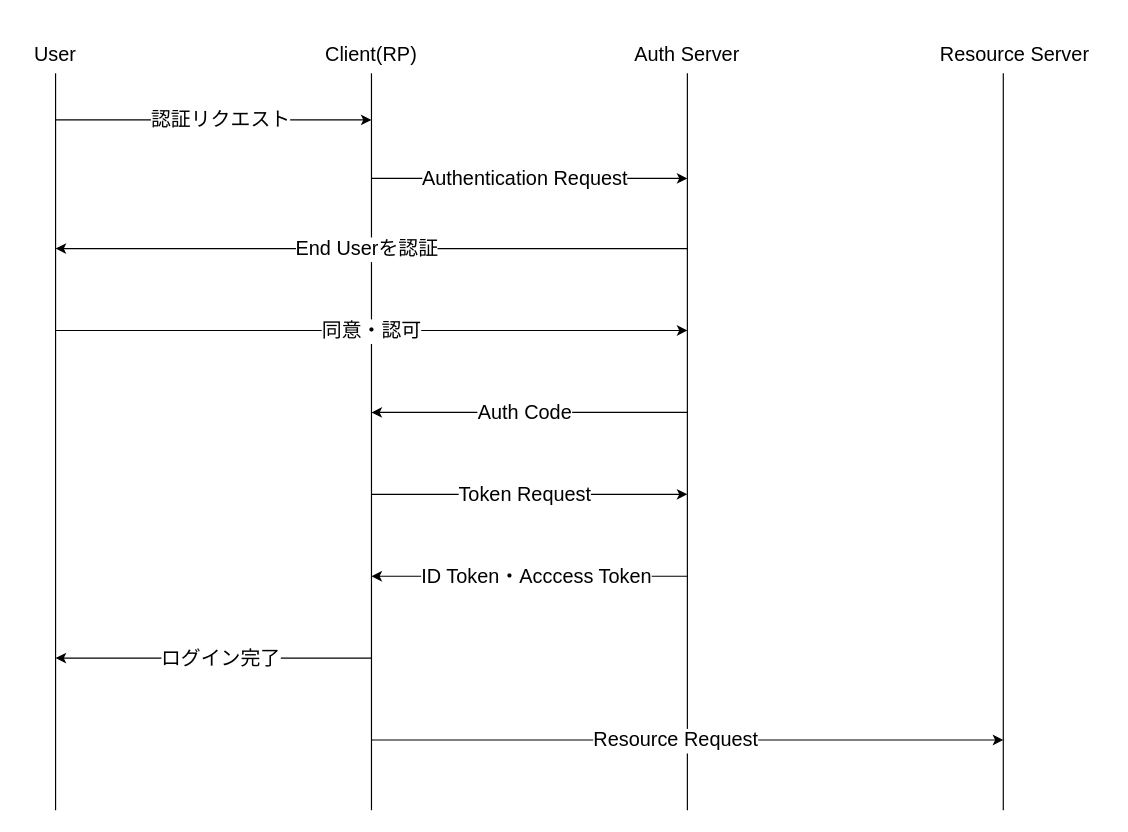
This is docs/flow.dio from piny940/auth, a draw.io file, before an edit. Source tidied: cells renumbered, new cells numbered last; positions are measured from the earlier drawing's top-left corner, leaving out a move shared by most shapes. Both pictures are drawn from the tidied source at 117%, with x=0, y=0 at pixel (20, 37).
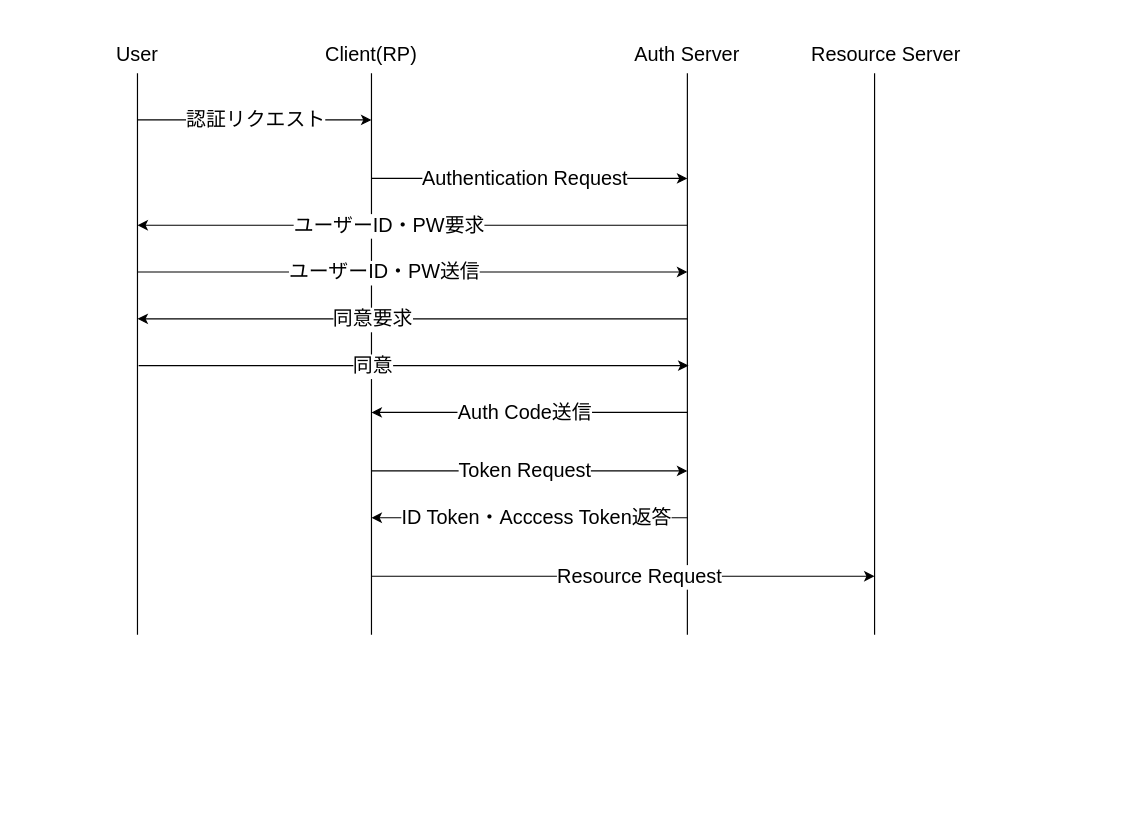
After the change.

Commit message (it also covers changes not shown here):
API docのリンクを修正

Unchanged cells that the change refers to:
```xml
<mxCell id="18" style="edgeStyle=none;orthogonalLoop=1;jettySize=auto;html=1;fontSize=17;endArrow=classic;endFill=1;" parent="1" edge="1">
  <mxGeometry relative="1" as="geometry">
    <mxPoint x="570" y="320" as="sourcePoint" />
    <mxPoint x="300" y="320" as="targetPoint" />
  </mxGeometry>
</mxCell>
```

Change to the diagram source:
```diff
@@
+    <mxCell id="28" style="whiteSpace=wrap;html=1;strokeColor=none;" parent="1" vertex="1">
+      <mxGeometry x="50" y="-15" width="770" height="545" as="geometry" />
+    </mxCell>
     <mxCell id="2" style="edgeStyle=none;orthogonalLoop=1;jettySize=auto;html=1;endArrow=none;endFill=0;" parent="1" edge="1">
       <mxGeometry relative="1" as="geometry">
-        <mxPoint x="30" y="30" as="sourcePoint" />
-        <mxPoint x="30" y="660" as="targetPoint" />
+        <mxPoint x="100" y="30" as="sourcePoint" />
+        <mxPoint x="100" y="510" as="targetPoint" />
       </mxGeometry>
     </mxCell>
     <mxCell id="3" style="edgeStyle=none;orthogonalLoop=1;jettySize=auto;html=1;endArrow=none;endFill=0;" parent="1" edge="1">
       <mxGeometry relative="1" as="geometry">
         <mxPoint x="300" y="30" as="sourcePoint" />
-        <mxPoint x="300" y="660" as="targetPoint" />
+        <mxPoint x="300" y="510" as="targetPoint" />
       </mxGeometry>
     </mxCell>
     <mxCell id="4" style="edgeStyle=none;orthogonalLoop=1;jettySize=auto;html=1;endArrow=none;endFill=0;" parent="1" edge="1">
       <mxGeometry relative="1" as="geometry">
         <mxPoint x="570" y="30" as="sourcePoint" />
-        <mxPoint x="570" y="660" as="targetPoint" />
+        <mxPoint x="570" y="510" as="targetPoint" />
       </mxGeometry>
     </mxCell>
     <mxCell id="5" style="edgeStyle=none;orthogonalLoop=1;jettySize=auto;html=1;endArrow=none;endFill=0;" parent="1" edge="1">
       <mxGeometry relative="1" as="geometry">
-        <mxPoint x="840" y="30" as="sourcePoint" />
-        <mxPoint x="840" y="660" as="targetPoint" />
+        <mxPoint x="730" y="30" as="sourcePoint" />
+        <mxPoint x="730" y="510" as="targetPoint" />
       </mxGeometry>
     </mxCell>
     <mxCell id="6" value="&lt;font style=&quot;font-size: 17px;&quot;&gt;User&lt;/font&gt;" style="text;strokeColor=none;align=center;fillColor=none;html=1;verticalAlign=middle;whiteSpace=wrap;rounded=0;" parent="1" vertex="1">
-      <mxGeometry width="60" height="30" as="geometry" />
+      <mxGeometry x="70" width="60" height="30" as="geometry" />
     </mxCell>
@@
     <mxCell id="9" value="&lt;font style=&quot;font-size: 17px;&quot;&gt;Resource Server&lt;/font&gt;" style="text;strokeColor=none;align=center;fillColor=none;html=1;verticalAlign=middle;whiteSpace=wrap;rounded=0;" parent="1" vertex="1">
-      <mxGeometry x="770" width="160" height="30" as="geometry" />
+      <mxGeometry x="660" width="160" height="30" as="geometry" />
     </mxCell>
     <mxCell id="10" style="edgeStyle=none;orthogonalLoop=1;jettySize=auto;html=1;fontSize=17;endArrow=classic;endFill=1;" parent="1" edge="1">
       <mxGeometry relative="1" as="geometry">
-        <mxPoint x="30" y="70" as="sourcePoint" />
+        <mxPoint x="100" y="70" as="sourcePoint" />
         <mxPoint x="300" y="70" as="targetPoint" />
       </mxGeometry>
     </mxCell>
     <mxCell id="11" value="認証リクエスト" style="edgeLabel;html=1;align=center;verticalAlign=middle;fontSize=17;" parent="10" vertex="1">
       <mxGeometry x="-0.44" y="3" relative="1" as="geometry">
-        <mxPoint x="64" y="3" as="offset" />
+        <mxPoint x="44" y="3" as="offset" />
       </mxGeometry>
     </mxCell>
@@
     <mxCell id="14" style="edgeStyle=none;orthogonalLoop=1;jettySize=auto;html=1;fontSize=17;endArrow=classic;endFill=1;" parent="1" edge="1">
       <mxGeometry relative="1" as="geometry">
-        <mxPoint x="570" y="180" as="sourcePoint" />
-        <mxPoint x="30" y="180" as="targetPoint" />
+        <mxPoint x="570" y="160" as="sourcePoint" />
+        <mxPoint x="100" y="160" as="targetPoint" />
       </mxGeometry>
     </mxCell>
-    <mxCell id="15" value="End Userを認証" style="edgeLabel;html=1;align=center;verticalAlign=middle;fontSize=17;" parent="14" vertex="1">
+    <mxCell id="15" value="ユーザーID・PW要求" style="edgeLabel;html=1;align=center;verticalAlign=middle;fontSize=17;" parent="14" vertex="1">
       <mxGeometry x="-0.44" y="3" relative="1" as="geometry">
         <mxPoint x="-124" y="-3" as="offset" />
       </mxGeometry>
     </mxCell>
     <mxCell id="16" style="edgeStyle=none;orthogonalLoop=1;jettySize=auto;html=1;fontSize=17;endArrow=classic;endFill=1;" parent="1" edge="1">
       <mxGeometry relative="1" as="geometry">
-        <mxPoint x="30" y="250" as="sourcePoint" />
-        <mxPoint x="570" y="250" as="targetPoint" />
+        <mxPoint x="101" y="280" as="sourcePoint" />
+        <mxPoint x="571" y="280" as="targetPoint" />
       </mxGeometry>
     </mxCell>
-    <mxCell id="17" value="同意・認可" style="edgeLabel;html=1;align=center;verticalAlign=middle;fontSize=17;" parent="16" vertex="1">
+    <mxCell id="17" value="同意" style="edgeLabel;html=1;align=center;verticalAlign=middle;fontSize=17;" parent="16" vertex="1">
       <mxGeometry x="-0.44" y="3" relative="1" as="geometry">
-        <mxPoint x="118" y="3" as="offset" />
+        <mxPoint x="67" y="3" as="offset" />
       </mxGeometry>
     </mxCell>
@@
-    <mxCell id="19" value="Auth Code" style="edgeLabel;html=1;align=center;verticalAlign=middle;fontSize=17;" parent="18" vertex="1">
+    <mxCell id="19" value="Auth Code送信" style="edgeLabel;html=1;align=center;verticalAlign=middle;fontSize=17;" parent="18" vertex="1">
       <mxGeometry x="-0.44" y="3" relative="1" as="geometry">
         <mxPoint x="-64" y="-3" as="offset" />
       </mxGeometry>
     </mxCell>
     <mxCell id="20" style="edgeStyle=none;orthogonalLoop=1;jettySize=auto;html=1;fontSize=17;endArrow=classic;endFill=1;" parent="1" edge="1">
       <mxGeometry relative="1" as="geometry">
-        <mxPoint x="300" y="390" as="sourcePoint" />
-        <mxPoint x="570" y="390" as="targetPoint" />
+        <mxPoint x="300" y="370" as="sourcePoint" />
+        <mxPoint x="570" y="370" as="targetPoint" />
       </mxGeometry>
     </mxCell>
@@
     <mxCell id="22" style="edgeStyle=none;orthogonalLoop=1;jettySize=auto;html=1;fontSize=17;endArrow=classic;endFill=1;" parent="1" edge="1">
       <mxGeometry relative="1" as="geometry">
-        <mxPoint x="570" y="460" as="sourcePoint" />
-        <mxPoint x="300" y="460" as="targetPoint" />
+        <mxPoint x="570" y="410" as="sourcePoint" />
+        <mxPoint x="300" y="410" as="targetPoint" />
       </mxGeometry>
     </mxCell>
-    <mxCell id="23" value="ID Token・Acccess Token" style="edgeLabel;html=1;align=center;verticalAlign=middle;fontSize=17;" parent="22" vertex="1">
+    <mxCell id="23" value="ID Token・Acccess Token返答" style="edgeLabel;html=1;align=center;verticalAlign=middle;fontSize=17;" parent="22" vertex="1">
       <mxGeometry x="-0.44" y="3" relative="1" as="geometry">
         <mxPoint x="-54" y="-3" as="offset" />
       </mxGeometry>
     </mxCell>
-    <mxCell id="24" style="edgeStyle=none;orthogonalLoop=1;jettySize=auto;html=1;fontSize=17;endArrow=classic;endFill=1;" parent="1" edge="1">
-      <mxGeometry relative="1" as="geometry">
-        <mxPoint x="300" y="530" as="sourcePoint" />
-        <mxPoint x="30" y="530" as="targetPoint" />
-      </mxGeometry>
-    </mxCell>
-    <mxCell id="25" value="ログイン完了" style="edgeLabel;html=1;align=center;verticalAlign=middle;fontSize=17;" parent="24" vertex="1">
-      <mxGeometry x="-0.44" y="3" relative="1" as="geometry">
-        <mxPoint x="-54" y="-3" as="offset" />
-      </mxGeometry>
-    </mxCell>
     <mxCell id="26" style="edgeStyle=none;orthogonalLoop=1;jettySize=auto;html=1;fontSize=17;endArrow=classic;endFill=1;" parent="1" edge="1">
       <mxGeometry relative="1" as="geometry">
-        <mxPoint x="300" y="600" as="sourcePoint" />
-        <mxPoint x="840" y="600" as="targetPoint" />
+        <mxPoint x="300" y="460" as="sourcePoint" />
+        <mxPoint x="730" y="460" as="targetPoint" />
       </mxGeometry>
     </mxCell>
@@
+    <mxCell id="29" style="edgeStyle=none;orthogonalLoop=1;jettySize=auto;html=1;fontSize=17;endArrow=classic;endFill=1;" parent="1" edge="1">
+      <mxGeometry relative="1" as="geometry">
+        <mxPoint x="100" y="200" as="sourcePoint" />
+        <mxPoint x="570" y="200" as="targetPoint" />
+      </mxGeometry>
+    </mxCell>
+    <mxCell id="30" value="ユーザーID・PW送信" style="edgeLabel;html=1;align=center;verticalAlign=middle;fontSize=17;" parent="29" vertex="1">
+      <mxGeometry x="-0.44" y="3" relative="1" as="geometry">
+        <mxPoint x="78" y="3" as="offset" />
+      </mxGeometry>
+    </mxCell>
+    <mxCell id="31" style="edgeStyle=none;orthogonalLoop=1;jettySize=auto;html=1;fontSize=17;endArrow=classic;endFill=1;" parent="1" edge="1">
+      <mxGeometry relative="1" as="geometry">
+        <mxPoint x="570" y="240" as="sourcePoint" />
+        <mxPoint x="100" y="240" as="targetPoint" />
+      </mxGeometry>
+    </mxCell>
+    <mxCell id="32" value="同意要求" style="edgeLabel;html=1;align=center;verticalAlign=middle;fontSize=17;" parent="31" vertex="1">
+      <mxGeometry x="-0.44" y="3" relative="1" as="geometry">
+        <mxPoint x="-138" y="-3" as="offset" />
+      </mxGeometry>
+    </mxCell>
```
